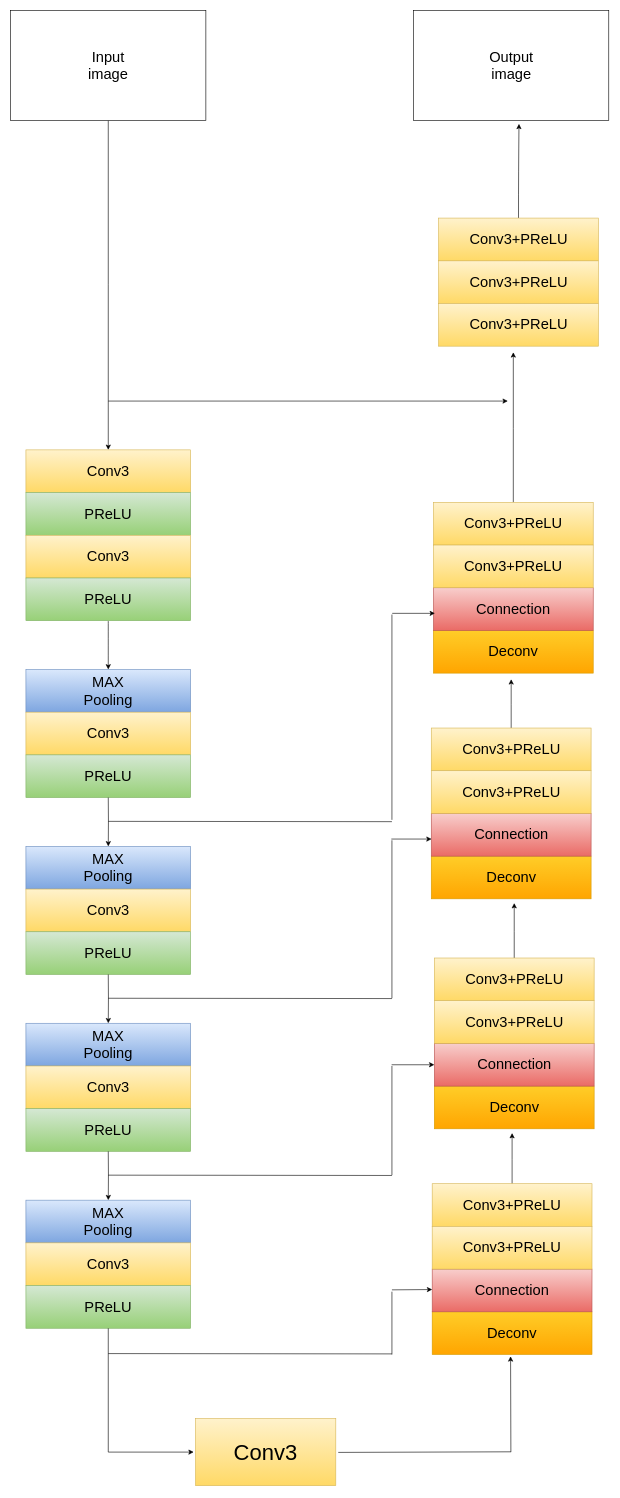
ARSwhut/ARSWhut.github.io keeps this draw.io diagram as 1-5.drawio. Above is the earlier version. Source tidied: cells renumbered, new cells numbered last; positions are measured from the earlier drawing's top-left corner, leaving out a move shared by most shapes. Both pictures are drawn from the tidied source at 61%, with x=0, y=0 at pixel (10, 10).
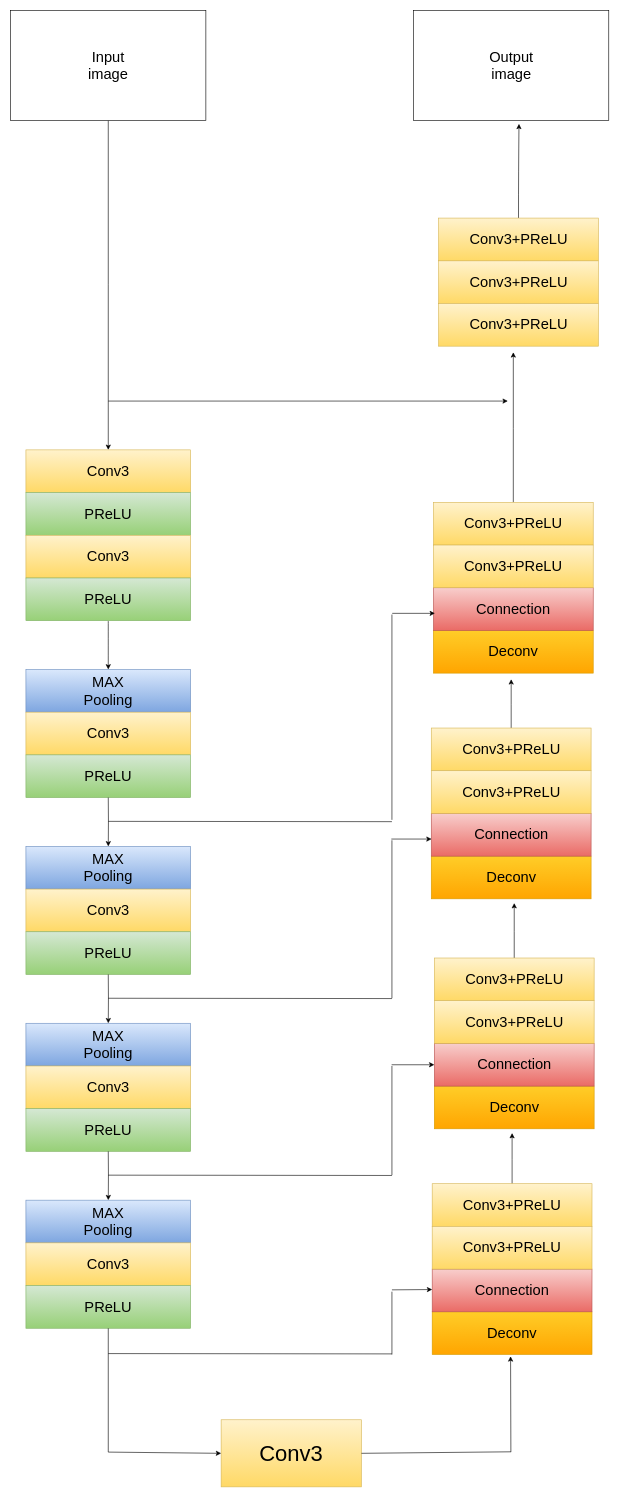
The same diagram, later.

Change to the diagram source:
```diff
@@
     <mxCell id="48" value="&lt;font style=&quot;font-size: 36px&quot;&gt;Conv3&lt;/font&gt;" style="rounded=0;whiteSpace=wrap;html=1;gradientColor=#ffd966;fillColor=#fff2cc;strokeColor=#d6b656;" parent="1" vertex="1">
-      <mxGeometry x="303" y="2308" width="230" height="110" as="geometry" />
+      <mxGeometry x="345" y="2310" width="230" height="110" as="geometry" />
     </mxCell>
@@
-    <mxCell id="50" style="endArrow=classic;html=1;" parent="1" edge="1">
+    <mxCell id="50" style="endArrow=classic;html=1;entryX=0;entryY=0.5;entryDx=0;entryDy=0;" parent="1" edge="1" target="48">
       <mxGeometry relative="1" as="geometry">
         <mxPoint x="160" y="2363" as="sourcePoint" />
-        <mxPoint x="300" y="2363" as="targetPoint" />
       </mxGeometry>
     </mxCell>
-    <mxCell id="51" style="endArrow=none;html=1;" parent="1" edge="1">
+    <mxCell id="51" style="endArrow=none;html=1;exitX=1;exitY=0.5;exitDx=0;exitDy=0;" parent="1" edge="1" source="48">
       <mxGeometry relative="1" as="geometry">
-        <mxPoint x="537" y="2363.5" as="sourcePoint" />
         <mxPoint x="820" y="2362.5" as="targetPoint" />
       </mxGeometry>
     </mxCell>
```
